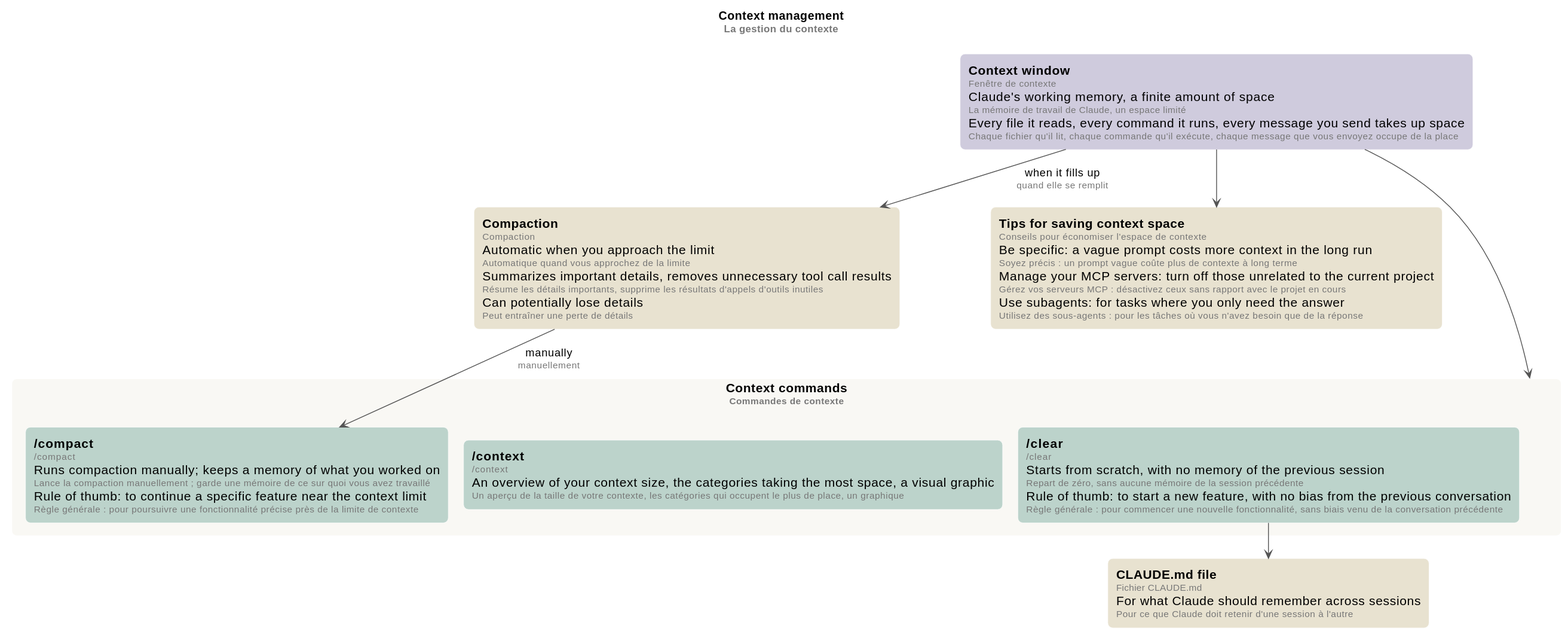
ltruchot/anthropic-academy-ai-glossary keeps this PlantUML diagram as 06-claude-code-101/mindmap/context-management.svg. Above is the earlier version.
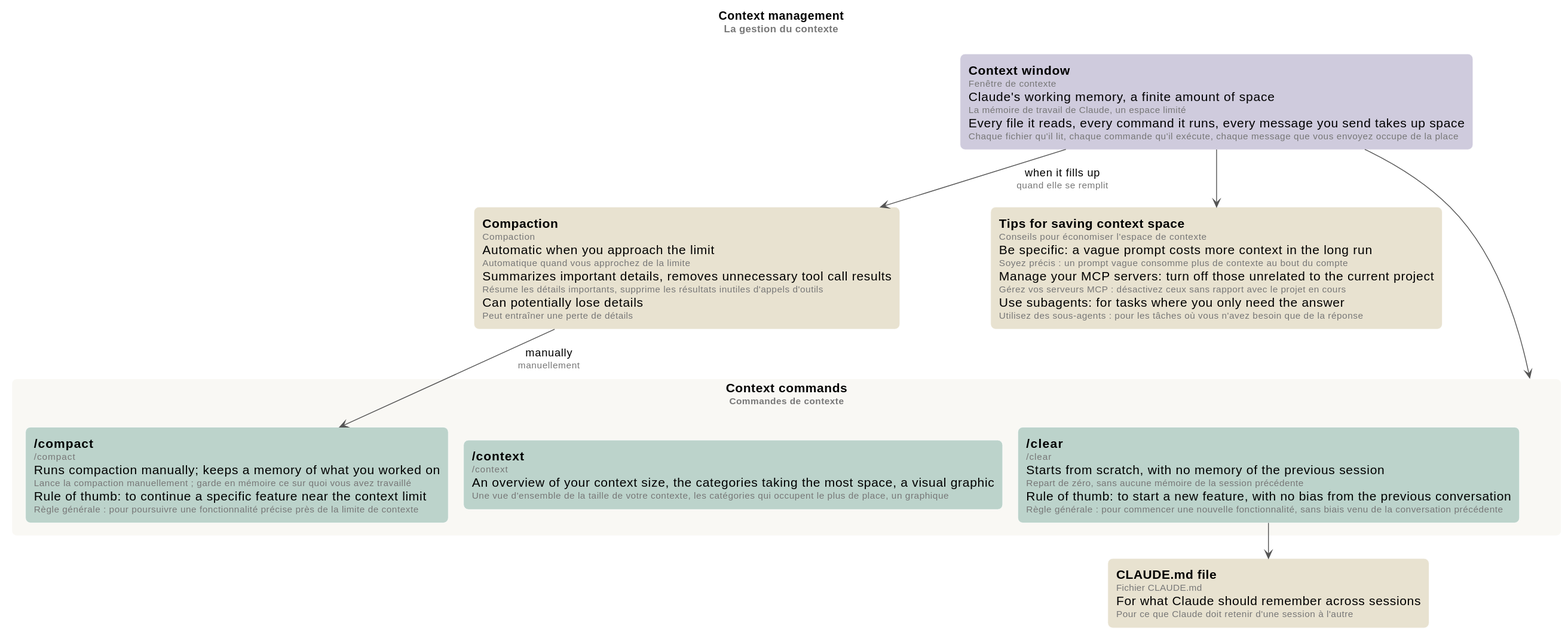
Above is the later version.

Diff of the diagram source:
```diff
@@ -18,13 +18,13 @@
 title Context management\n<size:12><color:#777>La gestion du contexte</color></size>
 
 rectangle "**Context window**\n<size:11><color:#777>Fenêtre de contexte</color></size>\nClaude's working memory, a finite amount of space\n<size:11><color:#777>La mémoire de travail de Claude, un espace limité</color></size>\nEvery file it reads, every command it runs, every message you send takes up space\n<size:11><color:#777>Chaque fichier qu'il lit, chaque commande qu'il exécute, chaque message que vous envoyez occupe de la place</color></size>" as CW #CFCBDD
-rectangle "**Compaction**\n<size:11><color:#777>Compaction</color></size>\nAutomatic when you approach the limit\n<size:11><color:#777>Automatique quand vous approchez de la limite</color></size>\nSummarizes important details, removes unnecessary tool call results\n<size:11><color:#777>Résume les détails importants, supprime les résultats d'appels d'outils inutiles</color></size>\nCan potentially lose details\n<size:11><color:#777>Peut entraîner une perte de détails</color></size>" as CP #E8E2D0
+rectangle "**Compaction**\n<size:11><color:#777>Compaction</color></size>\nAutomatic when you approach the limit\n<size:11><color:#777>Automatique quand vous approchez de la limite</color></size>\nSummarizes important details, removes unnecessary tool call results\n<size:11><color:#777>Résume les détails importants, supprime les résultats inutiles d'appels d'outils</color></size>\nCan potentially lose details\n<size:11><color:#777>Peut entraîner une perte de détails</color></size>" as CP #E8E2D0
 rectangle "**Context commands**\n<size:11><color:#777>Commandes de contexte</color></size>" as CMD #F9F8F4 {
-  rectangle "**/compact**\n<size:11><color:#777>/compact</color></size>\nRuns compaction manually; keeps a memory of what you worked on\n<size:11><color:#777>Lance la compaction manuellement ; garde une mémoire de ce sur quoi vous avez travaillé</color></size>\nRule of thumb: to continue a specific feature near the context limit\n<size:11><color:#777>Règle générale : pour poursuivre une fonctionnalité précise près de la limite de contexte</color></size>" as C1 #BCD3CB
+  rectangle "**/compact**\n<size:11><color:#777>/compact</color></size>\nRuns compaction manually; keeps a memory of what you worked on\n<size:11><color:#777>Lance la compaction manuellement ; garde en mémoire ce sur quoi vous avez travaillé</color></size>\nRule of thumb: to continue a specific feature near the context limit\n<size:11><color:#777>Règle générale : pour poursuivre une fonctionnalité précise près de la limite de contexte</color></size>" as C1 #BCD3CB
   rectangle "**/clear**\n<size:11><color:#777>/clear</color></size>\nStarts from scratch, with no memory of the previous session\n<size:11><color:#777>Repart de zéro, sans aucune mémoire de la session précédente</color></size>\nRule of thumb: to start a new feature, with no bias from the previous conversation\n<size:11><color:#777>Règle générale : pour commencer une nouvelle fonctionnalité, sans biais venu de la conversation précédente</color></size>" as C2 #BCD3CB
-  rectangle "**/context**\n<size:11><color:#777>/context</color></size>\nAn overview of your context size, the categories taking the most space, a visual graphic\n<size:11><color:#777>Un aperçu de la taille de votre contexte, les catégories qui occupent le plus de place, un graphique</color></size>" as C3 #BCD3CB
+  rectangle "**/context**\n<size:11><color:#777>/context</color></size>\nAn overview of your context size, the categories taking the most space, a visual graphic\n<size:11><color:#777>Une vue d'ensemble de la taille de votre contexte, les catégories qui occupent le plus de place, un graphique</color></size>" as C3 #BCD3CB
 }
-rectangle "**Tips for saving context space**\n<size:11><color:#777>Conseils pour économiser l'espace de contexte</color></size>\nBe specific: a vague prompt costs more context in the long run\n<size:11><color:#777>Soyez précis : un prompt vague coûte plus de contexte à long terme</color></size>\nManage your MCP servers: turn off those unrelated to the current project\n<size:11><color:#777>Gérez vos serveurs MCP : désactivez ceux sans rapport avec le projet en cours</color></size>\nUse subagents: for tasks where you only need the answer\n<size:11><color:#777>Utilisez des sous-agents : pour les tâches où vous n'avez besoin que de la réponse</color></size>" as TIPS #E8E2D0
+rectangle "**Tips for saving context space**\n<size:11><color:#777>Conseils pour économiser l'espace de contexte</color></size>\nBe specific: a vague prompt costs more context in the long run\n<size:11><color:#777>Soyez précis : un prompt vague consomme plus de contexte au bout du compte</color></size>\nManage your MCP servers: turn off those unrelated to the current project\n<size:11><color:#777>Gérez vos serveurs MCP : désactivez ceux sans rapport avec le projet en cours</color></size>\nUse subagents: for tasks where you only need the answer\n<size:11><color:#777>Utilisez des sous-agents : pour les tâches où vous n'avez besoin que de la réponse</color></size>" as TIPS #E8E2D0
 rectangle "**CLAUDE.md file**\n<size:11><color:#777>Fichier CLAUDE.md</color></size>\nFor what Claude should remember across sessions\n<size:11><color:#777>Pour ce que Claude doit retenir d'une session à l'autre</color></size>" as MD #E8E2D0
 
 CW --> CP : when it fills up\n<size:11><color:#777>quand elle se remplit</color></size>
```
